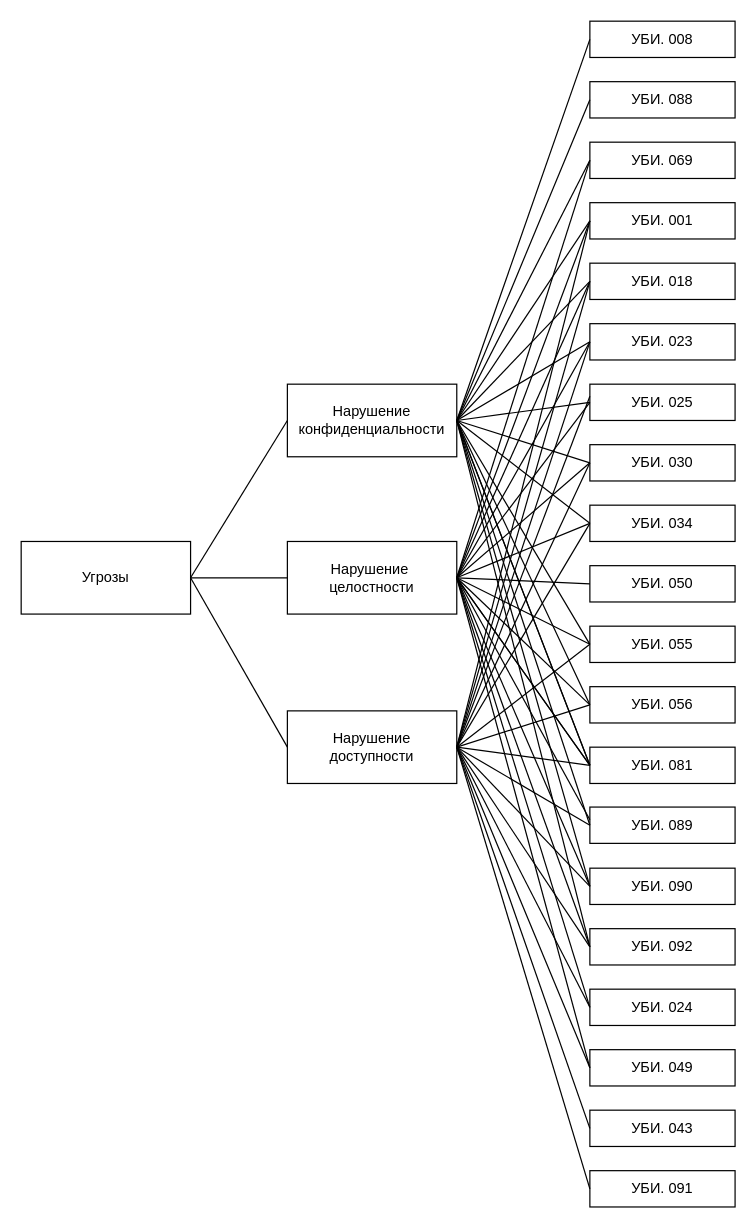
The draw.io diagram Untitled Diagram.drawio in YakutinAndrey/GitStudy, before the edit. Source tidied: cells renumbered, new cells numbered last; positions are measured from the earlier drawing's top-left corner, leaving out a move shared by most shapes. Both pictures are drawn from the tidied source at 121%, with x=0, y=0 at pixel (21, 21).
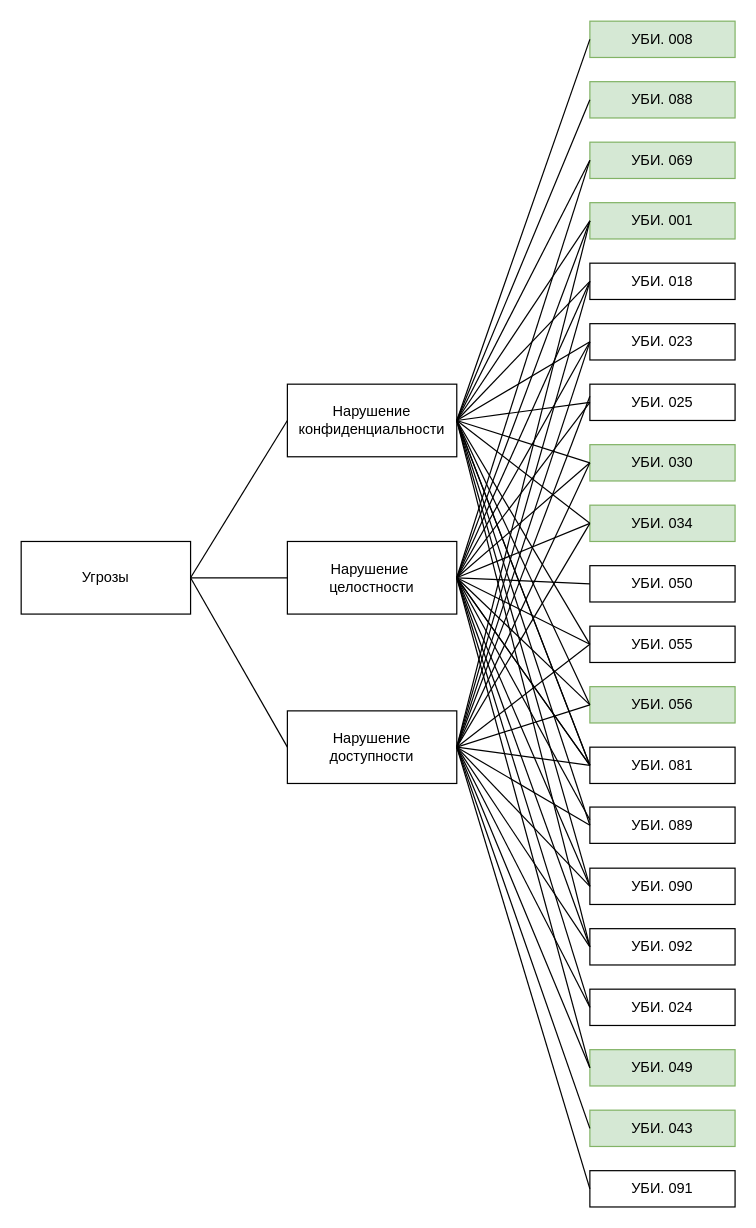
The same diagram, later.

Diff of the diagram source:
```diff
@@
-    <mxCell id="8" value="УБИ. 030" style="rounded=0;whiteSpace=wrap;html=1;" parent="1" vertex="1">
+    <mxCell id="8" value="УБИ. 030" style="rounded=0;whiteSpace=wrap;html=1;fillColor=#d5e8d4;strokeColor=#82b366;" parent="1" vertex="1">
       <mxGeometry x="470" y="350" width="120" height="30" as="geometry" />
     </mxCell>
-    <mxCell id="9" value="УБИ. 034" style="rounded=0;whiteSpace=wrap;html=1;" parent="1" vertex="1">
+    <mxCell id="9" value="УБИ. 034" style="rounded=0;whiteSpace=wrap;html=1;fillColor=#d5e8d4;strokeColor=#82b366;" parent="1" vertex="1">
       <mxGeometry x="470" y="400" width="120" height="30" as="geometry" />
     </mxCell>
@@
-    <mxCell id="12" value="УБИ. 001" style="rounded=0;whiteSpace=wrap;html=1;" parent="1" vertex="1">
+    <mxCell id="12" value="УБИ. 001" style="rounded=0;whiteSpace=wrap;html=1;fillColor=#d5e8d4;strokeColor=#82b366;" parent="1" vertex="1">
       <mxGeometry x="470" y="150" width="120" height="30" as="geometry" />
     </mxCell>
-    <mxCell id="13" value="УБИ. 069" style="rounded=0;whiteSpace=wrap;html=1;" parent="1" vertex="1">
+    <mxCell id="13" value="УБИ. 069" style="rounded=0;whiteSpace=wrap;html=1;fillColor=#d5e8d4;strokeColor=#82b366;" parent="1" vertex="1">
       <mxGeometry x="470" y="100" width="120" height="30" as="geometry" />
     </mxCell>
-    <mxCell id="14" value="УБИ. 088" style="rounded=0;whiteSpace=wrap;html=1;" parent="1" vertex="1">
+    <mxCell id="14" value="УБИ. 088" style="rounded=0;whiteSpace=wrap;html=1;fillColor=#d5e8d4;strokeColor=#82b366;" parent="1" vertex="1">
       <mxGeometry x="470" y="50" width="120" height="30" as="geometry" />
     </mxCell>
-    <mxCell id="15" value="УБИ. 008" style="rounded=0;whiteSpace=wrap;html=1;" parent="1" vertex="1">
+    <mxCell id="15" value="УБИ. 008" style="rounded=0;whiteSpace=wrap;html=1;fillColor=#d5e8d4;strokeColor=#82b366;" parent="1" vertex="1">
       <mxGeometry x="470" width="120" height="30" as="geometry" />
     </mxCell>
@@
-    <mxCell id="17" value="УБИ. 056" style="rounded=0;whiteSpace=wrap;html=1;" parent="1" vertex="1">
+    <mxCell id="17" value="УБИ. 056" style="rounded=0;whiteSpace=wrap;html=1;fillColor=#d5e8d4;strokeColor=#82b366;" parent="1" vertex="1">
       <mxGeometry x="470" y="550" width="120" height="30" as="geometry" />
     </mxCell>
@@
-    <mxCell id="23" value="УБИ. 049" style="rounded=0;whiteSpace=wrap;html=1;" parent="1" vertex="1">
+    <mxCell id="23" value="УБИ. 049" style="rounded=0;whiteSpace=wrap;html=1;fillColor=#d5e8d4;strokeColor=#82b366;" parent="1" vertex="1">
       <mxGeometry x="470" y="850" width="120" height="30" as="geometry" />
     </mxCell>
-    <mxCell id="24" value="УБИ. 043" style="rounded=0;whiteSpace=wrap;html=1;" parent="1" vertex="1">
+    <mxCell id="24" value="УБИ. 043" style="rounded=0;whiteSpace=wrap;html=1;fillColor=#d5e8d4;strokeColor=#82b366;" parent="1" vertex="1">
       <mxGeometry x="470" y="900" width="120" height="30" as="geometry" />
     </mxCell>
```
